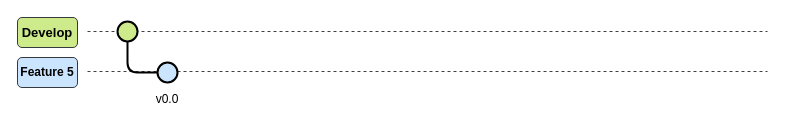
LEOSZ8/Tesis_Msc_LSZ keeps this draw.io diagram as page "Feature5" (2 of 2) of 03_ImagenesRepo/01_GitFlow.drawio. Above is the earlier version. Source tidied: cells renumbered, new cells numbered last; positions are measured from the earlier drawing's top-left corner, leaving out a move shared by most shapes. Both pictures are drawn from the tidied source at 100%, with x=0, y=0 at pixel (17, 17).
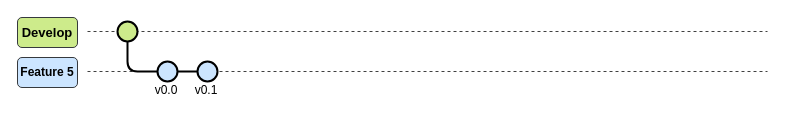
The same page after the edit.

The edit, as a diff of the source:
```diff
@@
 <mxGraphModel>
   <root>
     <mxCell id="0" />
     <mxCell id="1" parent="0" />
     <mxCell id="2" style="endArrow=none;html=1;rounded=0;dashed=1;opacity=75;" parent="1" edge="1">
       <mxGeometry relative="1" as="geometry">
         <mxPoint x="70" y="14" as="sourcePoint" />
         <mxPoint x="750" y="14" as="targetPoint" />
       </mxGeometry>
     </mxCell>
     <mxCell id="3" style="endArrow=none;html=1;rounded=0;dashed=1;opacity=75;" parent="1" edge="1">
       <mxGeometry relative="1" as="geometry">
         <mxPoint x="70" y="54" as="sourcePoint" />
         <mxPoint x="750" y="54" as="targetPoint" />
       </mxGeometry>
     </mxCell>
     <mxCell id="4" value="&lt;b&gt;&lt;font style=&quot;font-size: 13px;&quot;&gt;Develop&lt;/font&gt;&lt;/b&gt;" style="rounded=1;whiteSpace=wrap;html=1;fillColor=#cdeb8b;strokeColor=#36393d;" parent="1" vertex="1">
       <mxGeometry width="60" height="30" as="geometry" />
     </mxCell>
     <mxCell id="5" value="&lt;b&gt;&lt;font&gt;Feature 5&lt;/font&gt;&lt;/b&gt;" style="rounded=1;whiteSpace=wrap;html=1;fillColor=#cce5ff;strokeColor=#36393d;" parent="1" vertex="1">
       <mxGeometry y="40" width="60" height="30" as="geometry" />
     </mxCell>
     <mxCell id="6" style="ellipse;whiteSpace=wrap;html=1;fillColor=#cdeb8b;strokeColor=#000000;strokeWidth=2;" parent="1" vertex="1">
       <mxGeometry x="100" y="4" width="20" height="20" as="geometry" />
     </mxCell>
     <mxCell id="7" style="edgeStyle=orthogonalEdgeStyle;rounded=1;jettySize=auto;html=1;curved=0;strokeWidth=2;endArrow=none;startFill=0;" parent="1" edge="1" source="8" target="6">
       <mxGeometry relative="1" as="geometry" />
     </mxCell>
+    <mxCell id="10" style="edgeStyle=orthogonalEdgeStyle;rounded=0;jettySize=auto;html=1;endArrow=none;startFill=0;strokeWidth=2;" parent="1" edge="1" source="8" target="11">
+      <mxGeometry relative="1" as="geometry" />
+    </mxCell>
     <mxCell id="8" style="ellipse;whiteSpace=wrap;html=1;fillColor=#cce5ff;strokeColor=#000000;strokeWidth=2;" parent="1" vertex="1">
-      <mxGeometry x="140" y="45" width="20" height="20" as="geometry" />
+      <mxGeometry x="140" y="44" width="20" height="20" as="geometry" />
     </mxCell>
     <mxCell id="9" value="v0.0" style="text;html=1;align=center;verticalAlign=middle;whiteSpace=wrap;rounded=0;" parent="1" vertex="1">
-      <mxGeometry x="120" y="67" width="60" height="30" as="geometry" />
+      <mxGeometry x="134" y="67" width="30" height="12" as="geometry" />
     </mxCell>
+    <mxCell id="11" style="ellipse;whiteSpace=wrap;html=1;fillColor=#cce5ff;strokeColor=#000000;strokeWidth=2;" parent="1" vertex="1">
+      <mxGeometry x="180" y="44" width="20" height="20" as="geometry" />
+    </mxCell>
+    <mxCell id="12" value="v0.1" style="text;html=1;align=center;verticalAlign=middle;whiteSpace=wrap;rounded=0;" parent="1" vertex="1">
+      <mxGeometry x="174" y="67" width="30" height="12" as="geometry" />
+    </mxCell>
   </root>
 </mxGraphModel>
```
